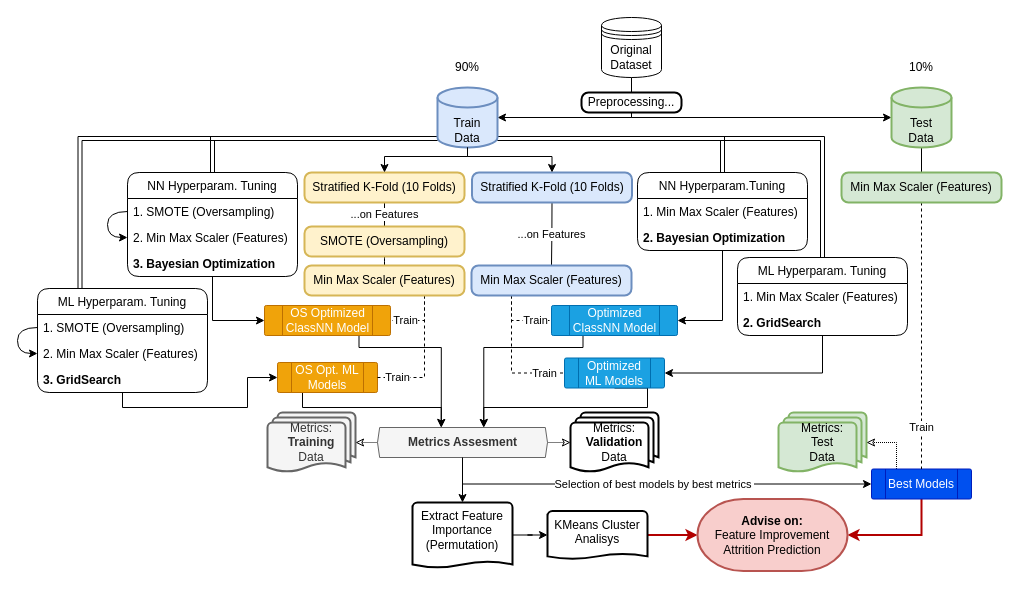
Earlier version of the draw.io diagram Resources/modeling.drawio (HenrikPereira/EDSBproject). Source tidied: cells renumbered, new cells numbered last; positions are measured from the earlier drawing's top-left corner, leaving out a move shared by most shapes. Both pictures are drawn from the tidied source at 100%, with x=0, y=0 at pixel (17, 17).
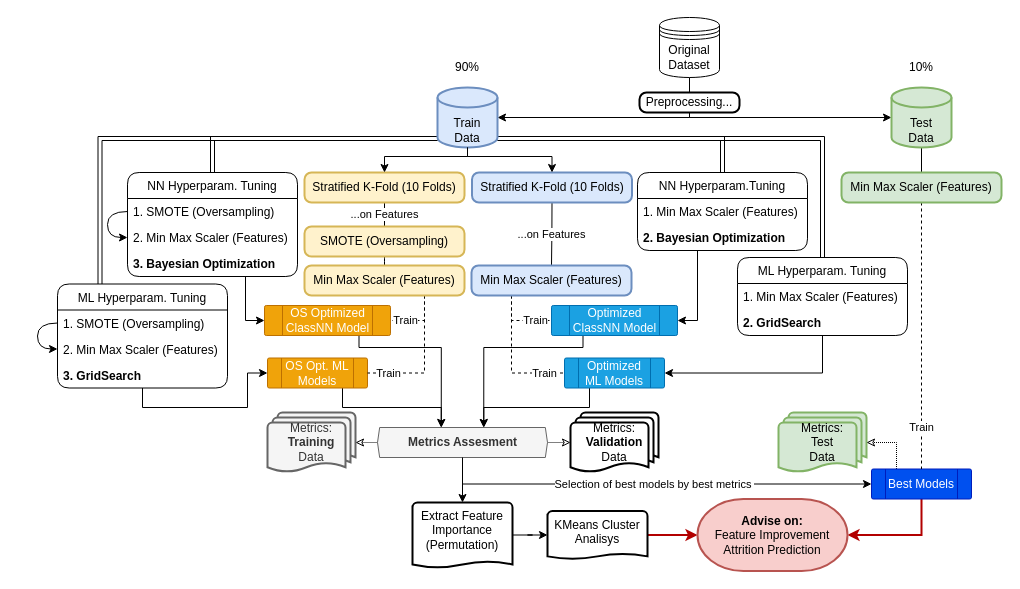
The same diagram, later.

The change refers to these unchanged cells:
```xml
<mxCell id="11" value="Optimized ML Models" style="verticalLabelPosition=middle;verticalAlign=middle;html=1;shape=process;whiteSpace=wrap;rounded=1;size=0.14;arcSize=6;labelPosition=center;align=center;fillColor=#1ba1e2;strokeColor=#006EAF;fontColor=#ffffff;" parent="1" vertex="1">
  <mxGeometry x="547" y="340.5" width="100" height="30" as="geometry" />
</mxCell>
<mxCell id="15" value="Optimized ClassNN Model" style="verticalLabelPosition=middle;verticalAlign=middle;html=1;shape=process;whiteSpace=wrap;rounded=1;size=0.14;arcSize=6;labelPosition=center;align=center;fillColor=#1ba1e2;strokeColor=#006EAF;fontColor=#ffffff;" parent="1" vertex="1">
  <mxGeometry x="534" y="288" width="126" height="30" as="geometry" />
</mxCell>
<mxCell id="36" value="Min Max Scaler (Features)" style="rounded=1;whiteSpace=wrap;html=1;absoluteArcSize=1;arcSize=14;strokeWidth=2;fillColor=#fff2cc;strokeColor=#d6b656;" parent="1" vertex="1">
  <mxGeometry x="287" y="248" width="160" height="30" as="geometry" />
</mxCell>
<mxCell id="38" value="OS Optimized ClassNN Model" style="verticalLabelPosition=middle;verticalAlign=middle;html=1;shape=process;whiteSpace=wrap;rounded=1;size=0.14;arcSize=6;labelPosition=center;align=center;fillColor=#f0a30a;strokeColor=#BD7000;fontColor=#ffffff;" parent="1" vertex="1">
  <mxGeometry x="247" y="288" width="126" height="30" as="geometry" />
</mxCell>
<mxCell id="43" value="Metrics Assesment" style="verticalLabelPosition=middle;verticalAlign=middle;html=1;shape=hexagon;perimeter=hexagonPerimeter2;arcSize=6;size=0.01276595744680851;labelPosition=center;align=center;fillColor=#f5f5f5;strokeColor=#666666;fontColor=#333333;fontStyle=1;" parent="1" vertex="1">
  <mxGeometry x="360" y="410" width="170" height="30" as="geometry" />
</mxCell>
<mxCell id="55" value="NN Hyperparam.Tuning" style="swimlane;fontStyle=0;horizontal=1;startSize=26;fillColor=none;glass=0;swimlaneLine=1;rounded=1;" parent="1" vertex="1">
  <mxGeometry x="620" y="155" width="170" height="78" as="geometry" />
</mxCell>
<mxCell id="60" value="NN Hyperparam. Tuning" style="swimlane;fontStyle=0;horizontal=1;startSize=26;fillColor=none;rounded=1;comic=0;" parent="1" vertex="1">
  <mxGeometry x="110" y="155" width="170" height="104" as="geometry" />
</mxCell>
```

Change to the diagram source:
```diff
@@
-    <mxCell id="10" style="edgeStyle=orthogonalEdgeStyle;rounded=0;jettySize=auto;html=1;exitX=0.5;exitY=1;exitDx=0;exitDy=0;entryX=0.625;entryY=0;entryDx=0;entryDy=0;" parent="1" edge="1" source="11" target="43">
+    <mxCell id="10" style="edgeStyle=orthogonalEdgeStyle;rounded=0;jettySize=auto;html=1;exitX=0.25;exitY=1;exitDx=0;exitDy=0;entryX=0.625;entryY=0;entryDx=0;entryDy=0;" parent="1" edge="1" source="11" target="43">
       <mxGeometry relative="1" as="geometry">
         <Array as="points">
-          <mxPoint x="630" y="390" />
+          <mxPoint x="572" y="390" />
           <mxPoint x="466" y="390" />
         </Array>
       </mxGeometry>
     </mxCell>
@@
     <mxCell id="25" value="ML Hyperparam. Tuning" style="swimlane;fontStyle=0;horizontal=1;startSize=26;fillColor=none;rounded=1;comic=0;" parent="1" vertex="1">
-      <mxGeometry x="20" y="271" width="170" height="104" as="geometry" />
+      <mxGeometry x="40" y="266.5" width="170" height="104" as="geometry" />
     </mxCell>
@@
-    <mxCell id="30" style="edgeStyle=orthogonalEdgeStyle;rounded=0;jettySize=auto;html=1;exitX=0.25;exitY=1;exitDx=0;exitDy=0;entryX=0.375;entryY=0;entryDx=0;entryDy=0;" parent="1" edge="1" source="31" target="43">
+    <mxCell id="30" style="edgeStyle=orthogonalEdgeStyle;rounded=0;jettySize=auto;html=1;exitX=0.75;exitY=1;exitDx=0;exitDy=0;entryX=0.375;entryY=0;entryDx=0;entryDy=0;" parent="1" edge="1" source="31" target="43">
       <mxGeometry relative="1" as="geometry">
         <Array as="points">
-          <mxPoint x="285" y="390" />
+          <mxPoint x="325" y="390" />
           <mxPoint x="424" y="390" />
         </Array>
       </mxGeometry>
     </mxCell>
     <mxCell id="31" value="OS Opt. ML Models" style="verticalLabelPosition=middle;verticalAlign=middle;html=1;shape=process;whiteSpace=wrap;rounded=1;size=0.14;arcSize=6;labelPosition=center;align=center;fillColor=#f0a30a;strokeColor=#BD7000;fontColor=#ffffff;" parent="1" vertex="1">
-      <mxGeometry x="260" y="345" width="100" height="30" as="geometry" />
+      <mxGeometry x="250" y="340.5" width="100" height="30" as="geometry" />
     </mxCell>
@@
     <mxCell id="34" value="Train" style="edgeStyle=orthogonalEdgeStyle;rounded=0;jettySize=auto;html=1;exitX=0.75;exitY=1;exitDx=0;exitDy=0;entryX=1;entryY=0.5;entryDx=0;entryDy=0;endArrow=none;endFill=0;dashed=1;" parent="1" edge="1" source="36" target="31">
       <mxGeometry x="0.69" relative="1" as="geometry">
         <Array as="points">
-          <mxPoint x="407" y="360" />
+          <mxPoint x="407" y="356" />
         </Array>
       </mxGeometry>
     </mxCell>
@@
     <mxCell id="39" style="edgeStyle=orthogonalEdgeStyle;rounded=0;jettySize=auto;html=1;entryX=0;entryY=0.5;entryDx=0;entryDy=0;exitX=0.5;exitY=1;exitDx=0;exitDy=0;" parent="1" edge="1" source="25" target="31">
       <mxGeometry relative="1" as="geometry">
         <Array as="points">
-          <mxPoint x="105" y="390" />
+          <mxPoint x="125" y="390" />
           <mxPoint x="230" y="390" />
-          <mxPoint x="230" y="360" />
+          <mxPoint x="230" y="356" />
         </Array>
       </mxGeometry>
     </mxCell>
@@
-    <mxCell id="54" style="edgeStyle=orthogonalEdgeStyle;rounded=0;jettySize=auto;html=1;exitX=0.5;exitY=1;exitDx=0;exitDy=0;entryX=1;entryY=0.5;entryDx=0;entryDy=0;endArrow=classic;endFill=1;" parent="1" edge="1" source="55" target="15">
-      <mxGeometry relative="1" as="geometry" />
+    <mxCell id="54" style="edgeStyle=orthogonalEdgeStyle;rounded=0;jettySize=auto;html=1;exitX=0.25;exitY=1;exitDx=0;exitDy=0;entryX=1;entryY=0.5;entryDx=0;entryDy=0;endArrow=classic;endFill=1;" parent="1" edge="1" source="55" target="15">
+      <mxGeometry relative="1" as="geometry">
+        <Array as="points">
+          <mxPoint x="680" y="233" />
+          <mxPoint x="680" y="303" />
+        </Array>
+      </mxGeometry>
     </mxCell>
@@
-    <mxCell id="59" style="edgeStyle=orthogonalEdgeStyle;rounded=0;jettySize=auto;html=1;exitX=0.5;exitY=1;exitDx=0;exitDy=0;entryX=0;entryY=0.5;entryDx=0;entryDy=0;endArrow=classic;endFill=1;" parent="1" edge="1" source="60" target="38">
-      <mxGeometry relative="1" as="geometry" />
+    <mxCell id="59" style="edgeStyle=orthogonalEdgeStyle;rounded=0;jettySize=auto;html=1;exitX=0.75;exitY=1;exitDx=0;exitDy=0;entryX=0;entryY=0.5;entryDx=0;entryDy=0;endArrow=classic;endFill=1;" parent="1" edge="1" source="60" target="38">
+      <mxGeometry relative="1" as="geometry">
+        <Array as="points">
+          <mxPoint x="228" y="303" />
+        </Array>
+      </mxGeometry>
     </mxCell>
@@
     <mxCell id="72" style="group;" parent="1" vertex="1">
-      <mxGeometry x="564" width="100" height="95" as="geometry" />
+      <mxGeometry x="622" width="100" height="95" as="geometry" />
     </mxCell>
```
